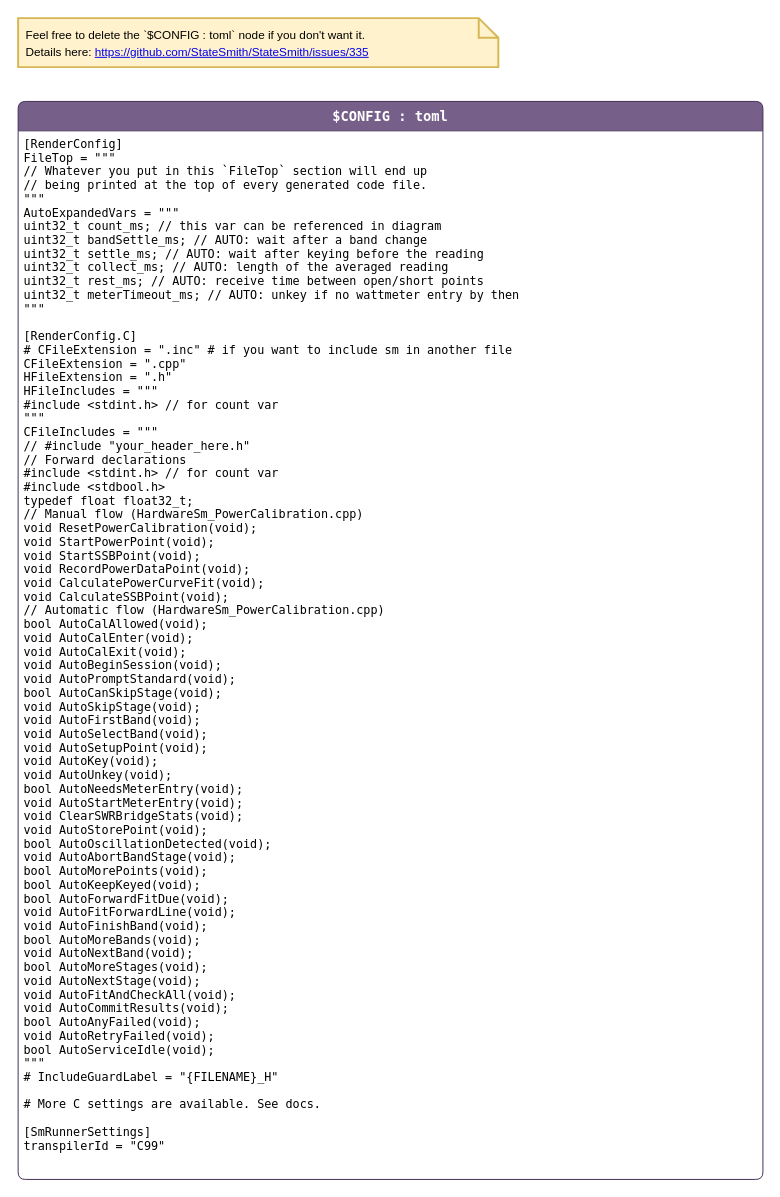
Above: page "config" (2 of 3) of code/src/PhoenixSketch/PowerCalSm.drawio in KI3P/Phoenix (draw.io), before the change. Source tidied: cells renumbered, new cells numbered last; positions are measured from the earlier drawing's top-left corner, leaving out a move shared by most shapes. Both pictures are drawn from the tidied source at 98%, with x=0, y=0 at pixel (18, 18).
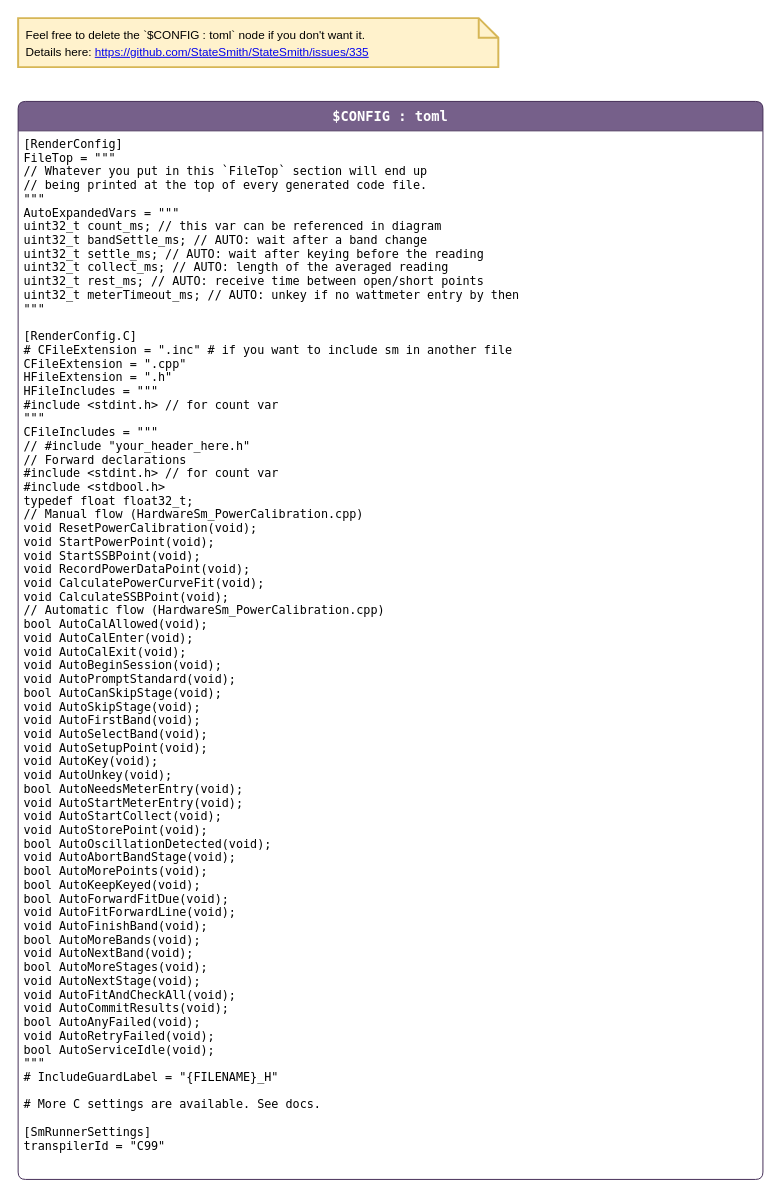
The same diagram, later.

The edit, as a diff of the source:
```diff
@@
 <mxGraphModel>
   <root>
     <mxCell id="0" />
     <mxCell id="1" parent="0" />
     <mxCell id="2" value="$CONFIG : toml" style="shape=swimlane;align=center;verticalAlign=top;fontFamily=Lucida Console;startSize=30;fontSize=14;fontStyle=1;swimlaneFillColor=default;rounded=1;arcSize=15;absoluteArcSize=1;fillColor=#76608a;strokeColor=#432D57;fontColor=#ffffff;" parent="1" vertex="1">
       <mxGeometry y="85" width="760" height="1100" as="geometry" />
     </mxCell>
-    <mxCell id="3" value="[RenderConfig]&#10;FileTop = &quot;&quot;&quot;&#10;    // Whatever you put in this `FileTop` section will end up&#10;    // being printed at the top of every generated code file.&#10;    &quot;&quot;&quot;&#10;AutoExpandedVars = &quot;&quot;&quot;&#10;    uint32_t count_ms; // this var can be referenced in diagram&#10;    uint32_t bandSettle_ms;   // AUTO: wait after a band change&#10;    uint32_t settle_ms;       // AUTO: wait after keying before the reading&#10;    uint32_t collect_ms;      // AUTO: length of the averaged reading&#10;    uint32_t rest_ms;         // AUTO: receive time between open/short points&#10;    uint32_t meterTimeout_ms; // AUTO: unkey if no wattmeter entry by then&#10;    &quot;&quot;&quot;&#10;&#10;[RenderConfig.C]&#10;# CFileExtension = &quot;.inc&quot; # if you want to include sm in another file&#10;CFileExtension = &quot;.cpp&quot;&#10;HFileExtension = &quot;.h&quot;&#10;HFileIncludes = &quot;&quot;&quot;&#10;    #include &lt;stdint.h&gt; // for count var&#10;    &quot;&quot;&quot;&#10;CFileIncludes = &quot;&quot;&quot;&#10;    // #include &quot;your_header_here.h&quot;&#10;    // Forward declarations&#10;    #include &lt;stdint.h&gt; // for count var&#10;    #include &lt;stdbool.h&gt;&#10;    typedef float float32_t;&#10;    // Manual flow (HardwareSm_PowerCalibration.cpp)&#10;    void ResetPowerCalibration(void);&#10;    void StartPowerPoint(void);&#10;    void StartSSBPoint(void);&#10;    void RecordPowerDataPoint(void);&#10;    void CalculatePowerCurveFit(void);&#10;    void CalculateSSBPoint(void);&#10;    // Automatic flow (HardwareSm_PowerCalibration.cpp)&#10;    bool AutoCalAllowed(void);&#10;    void AutoCalEnter(void);&#10;    void AutoCalExit(void);&#10;    void AutoBeginSession(void);&#10;    void AutoPromptStandard(void);&#10;    bool AutoCanSkipStage(void);&#10;    void AutoSkipStage(void);&#10;    void AutoFirstBand(void);&#10;    void AutoSelectBand(void);&#10;    void AutoSetupPoint(void);&#10;    void AutoKey(void);&#10;    void AutoUnkey(void);&#10;    bool AutoNeedsMeterEntry(void);&#10;    void AutoStartMeterEntry(void);&#10;    void ClearSWRBridgeStats(void);&#10;    void AutoStorePoint(void);&#10;    bool AutoOscillationDetected(void);&#10;    void AutoAbortBandStage(void);&#10;    bool AutoMorePoints(void);&#10;    bool AutoKeepKeyed(void);&#10;    bool AutoForwardFitDue(void);&#10;    void AutoFitForwardLine(void);&#10;    void AutoFinishBand(void);&#10;    bool AutoMoreBands(void);&#10;    void AutoNextBand(void);&#10;    bool AutoMoreStages(void);&#10;    void AutoNextStage(void);&#10;    void AutoFitAndCheckAll(void);&#10;    void AutoCommitResults(void);&#10;    bool AutoAnyFailed(void);&#10;    void AutoRetryFailed(void);&#10;    bool AutoServiceIdle(void);&#10;&quot;&quot;&quot;&#10;# IncludeGuardLabel = &quot;{FILENAME}_H&quot;&#10;&#10;# More C settings are available. See docs.&#10;&#10;[SmRunnerSettings]&#10;transpilerId = &quot;C99&quot;" style="fontFamily=Lucida Console;align=left;verticalAlign=top;fillColor=none;gradientColor=none;strokeColor=none;rounded=0;spacingLeft=4;" parent="2" vertex="1">
+    <mxCell id="3" value="[RenderConfig]&#10;FileTop = &quot;&quot;&quot;&#10;    // Whatever you put in this `FileTop` section will end up&#10;    // being printed at the top of every generated code file.&#10;    &quot;&quot;&quot;&#10;AutoExpandedVars = &quot;&quot;&quot;&#10;    uint32_t count_ms; // this var can be referenced in diagram&#10;    uint32_t bandSettle_ms;   // AUTO: wait after a band change&#10;    uint32_t settle_ms;       // AUTO: wait after keying before the reading&#10;    uint32_t collect_ms;      // AUTO: length of the averaged reading&#10;    uint32_t rest_ms;         // AUTO: receive time between open/short points&#10;    uint32_t meterTimeout_ms; // AUTO: unkey if no wattmeter entry by then&#10;    &quot;&quot;&quot;&#10;&#10;[RenderConfig.C]&#10;# CFileExtension = &quot;.inc&quot; # if you want to include sm in another file&#10;CFileExtension = &quot;.cpp&quot;&#10;HFileExtension = &quot;.h&quot;&#10;HFileIncludes = &quot;&quot;&quot;&#10;    #include &lt;stdint.h&gt; // for count var&#10;    &quot;&quot;&quot;&#10;CFileIncludes = &quot;&quot;&quot;&#10;    // #include &quot;your_header_here.h&quot;&#10;    // Forward declarations&#10;    #include &lt;stdint.h&gt; // for count var&#10;    #include &lt;stdbool.h&gt;&#10;    typedef float float32_t;&#10;    // Manual flow (HardwareSm_PowerCalibration.cpp)&#10;    void ResetPowerCalibration(void);&#10;    void StartPowerPoint(void);&#10;    void StartSSBPoint(void);&#10;    void RecordPowerDataPoint(void);&#10;    void CalculatePowerCurveFit(void);&#10;    void CalculateSSBPoint(void);&#10;    // Automatic flow (HardwareSm_PowerCalibration.cpp)&#10;    bool AutoCalAllowed(void);&#10;    void AutoCalEnter(void);&#10;    void AutoCalExit(void);&#10;    void AutoBeginSession(void);&#10;    void AutoPromptStandard(void);&#10;    bool AutoCanSkipStage(void);&#10;    void AutoSkipStage(void);&#10;    void AutoFirstBand(void);&#10;    void AutoSelectBand(void);&#10;    void AutoSetupPoint(void);&#10;    void AutoKey(void);&#10;    void AutoUnkey(void);&#10;    bool AutoNeedsMeterEntry(void);&#10;    void AutoStartMeterEntry(void);&#10;    void AutoStartCollect(void);&#10;    void AutoStorePoint(void);&#10;    bool AutoOscillationDetected(void);&#10;    void AutoAbortBandStage(void);&#10;    bool AutoMorePoints(void);&#10;    bool AutoKeepKeyed(void);&#10;    bool AutoForwardFitDue(void);&#10;    void AutoFitForwardLine(void);&#10;    void AutoFinishBand(void);&#10;    bool AutoMoreBands(void);&#10;    void AutoNextBand(void);&#10;    bool AutoMoreStages(void);&#10;    void AutoNextStage(void);&#10;    void AutoFitAndCheckAll(void);&#10;    void AutoCommitResults(void);&#10;    bool AutoAnyFailed(void);&#10;    void AutoRetryFailed(void);&#10;    bool AutoServiceIdle(void);&#10;&quot;&quot;&quot;&#10;# IncludeGuardLabel = &quot;{FILENAME}_H&quot;&#10;&#10;# More C settings are available. See docs.&#10;&#10;[SmRunnerSettings]&#10;transpilerId = &quot;C99&quot;" style="fontFamily=Lucida Console;align=left;verticalAlign=top;fillColor=none;gradientColor=none;strokeColor=none;rounded=0;spacingLeft=4;" parent="2" vertex="1">
       <mxGeometry y="30" width="520" height="1050" as="geometry" />
     </mxCell>
     <mxCell id="4" value="&lt;span style=&quot;color: rgb(0, 0, 0); font-size: 12px;&quot;&gt;Feel free to delete the `$CONFIG : toml` node if you don't want it.&lt;/span&gt;&lt;br style=&quot;color: rgb(0, 0, 0); font-size: 12px;&quot;&gt;&lt;span style=&quot;color: rgb(0, 0, 0); font-size: 12px;&quot;&gt;Details here:&amp;nbsp;&lt;/span&gt;&lt;a style=&quot;font-size: 12px;&quot; href=&quot;https://github.com/StateSmith/StateSmith/issues/335&quot;&gt;https://github.com/StateSmith/StateSmith/issues/335&lt;/a&gt;" style="shape=note;strokeWidth=2;fontSize=14;size=20;whiteSpace=wrap;html=1;fillColor=#fff2cc;strokeColor=#d6b656;fontColor=#2B2B00;align=left;spacingLeft=6;" parent="1" vertex="1">
       <mxGeometry width="490" height="50" as="geometry" />
     </mxCell>
   </root>
 </mxGraphModel>
```
